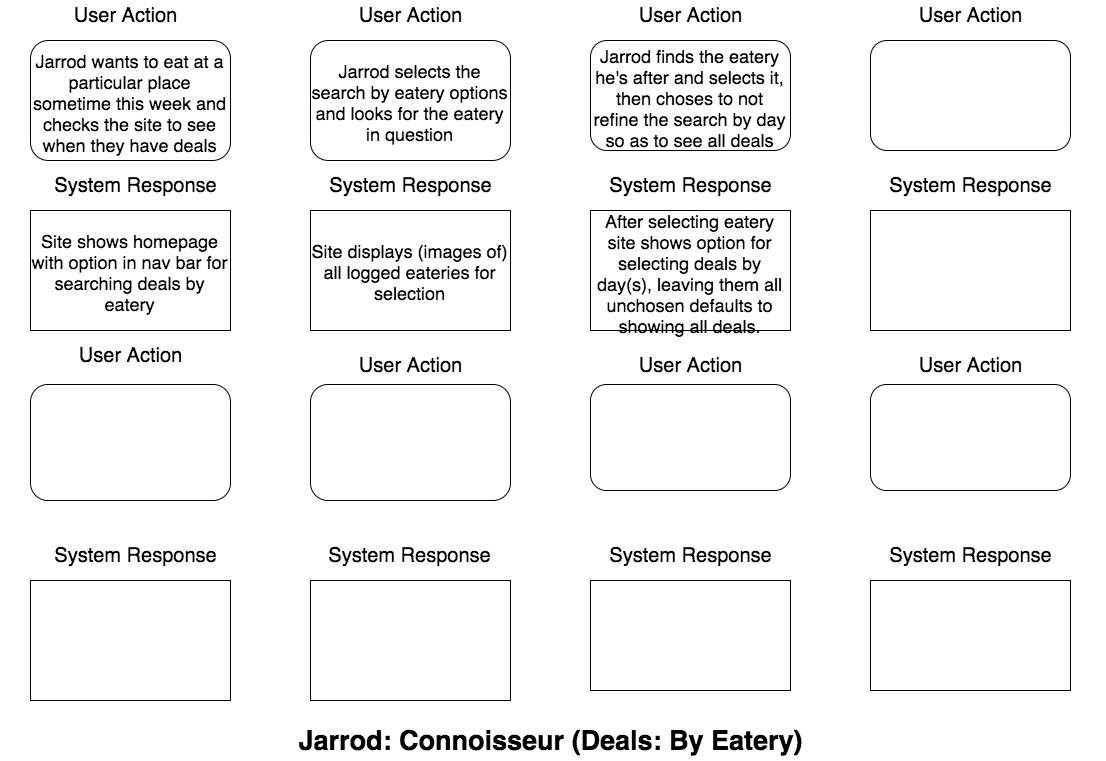
Earlier version of the draw.io export planning/user_journey_view_eatery_deals.png (dinhosang/cc_project_1_burger_deals). Source tidied: cells renumbered, new cells last; positions are measured from the earlier drawing's top-left corner, leaving out a move shared by most shapes.
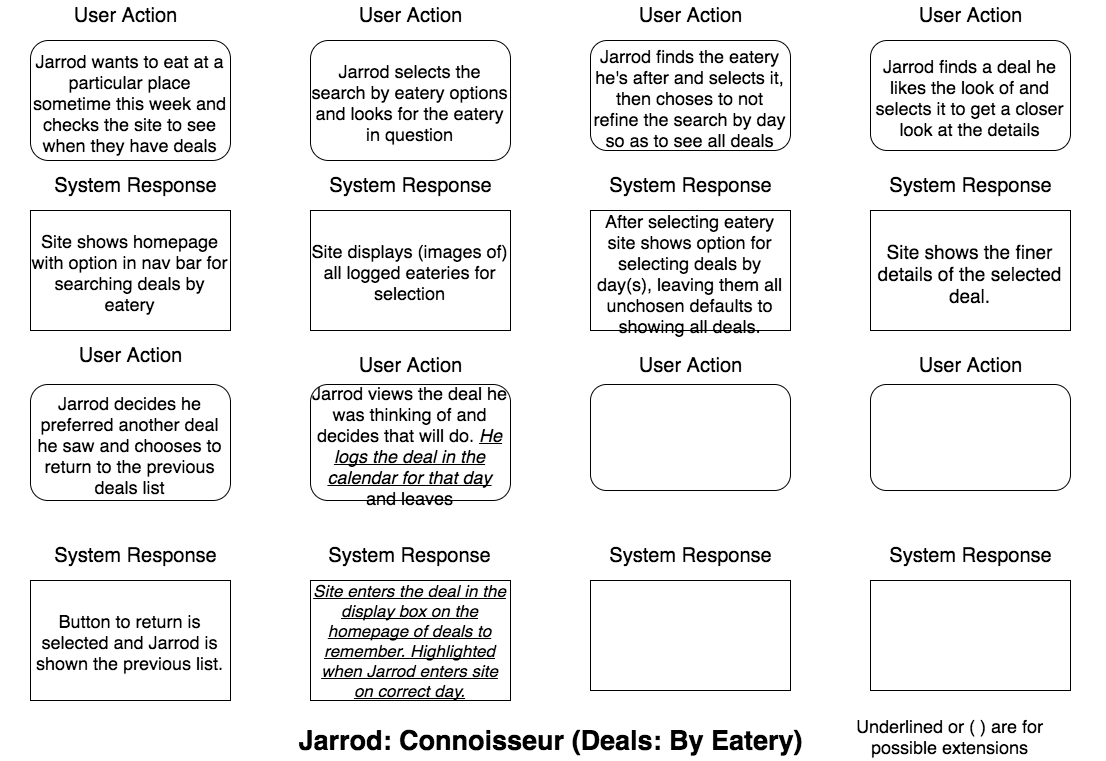
After the change.

The edit, as a diff of the source:
```diff
@@ -11,13 +11,13 @@
     <mxCell id="4" value="&lt;font style=&quot;font-size: 18px&quot;&gt;Jarrod finds the eatery he's after and selects it, then choses to not refine the search by day so as to see all deals&lt;/font&gt;" style="shape=ext;rounded=1;html=1;whiteSpace=wrap;" parent="1" vertex="1">
       <mxGeometry x="590" y="40" width="200" height="110" as="geometry" />
     </mxCell>
-    <mxCell id="5" style="shape=ext;rounded=1;html=1;whiteSpace=wrap;" parent="1" vertex="1">
+    <mxCell id="5" value="&lt;font style=&quot;font-size: 18px&quot;&gt;Jarrod finds a deal he likes the look of and selects it to get a closer look at the details&lt;/font&gt;" style="shape=ext;rounded=1;html=1;whiteSpace=wrap;" parent="1" vertex="1">
       <mxGeometry x="870" y="40" width="200" height="110" as="geometry" />
     </mxCell>
-    <mxCell id="6" style="shape=ext;rounded=1;html=1;whiteSpace=wrap;" parent="1" vertex="1">
+    <mxCell id="6" value="&lt;font style=&quot;font-size: 18px&quot;&gt;Jarrod decides he preferred another deal he saw and chooses to return to the previous deals list&lt;/font&gt;" style="shape=ext;rounded=1;html=1;whiteSpace=wrap;" parent="1" vertex="1">
       <mxGeometry x="30" y="384" width="200" height="116" as="geometry" />
     </mxCell>
-    <mxCell id="7" style="shape=ext;rounded=1;html=1;whiteSpace=wrap;" parent="1" vertex="1">
+    <mxCell id="7" value="&lt;font style=&quot;font-size: 18px&quot;&gt;Jarrod views the deal he was thinking of and decides that will do. &lt;u&gt;&lt;i&gt;He logs the deal in the calendar for that day&lt;/i&gt; &lt;/u&gt;and leaves&lt;/font&gt;" style="shape=ext;rounded=1;html=1;whiteSpace=wrap;" parent="1" vertex="1">
       <mxGeometry x="310" y="384" width="200" height="116" as="geometry" />
     </mxCell>
     <mxCell id="8" style="shape=ext;rounded=1;html=1;whiteSpace=wrap;" parent="1" vertex="1">
@@ -32,13 +32,13 @@
     <mxCell id="11" style="rounded=0;whiteSpace=wrap;html=1;" parent="1" vertex="1">
       <mxGeometry x="590" y="580" width="200" height="110" as="geometry" />
     </mxCell>
-    <mxCell id="12" style="rounded=0;whiteSpace=wrap;html=1;" parent="1" vertex="1">
+    <mxCell id="12" value="&lt;font style=&quot;font-size: 17px&quot;&gt;&lt;i&gt;&lt;u&gt;Site enters the deal in the display box on the homepage of deals to remember. Highlighted when Jarrod enters site on correct day.&lt;/u&gt;&lt;/i&gt;&lt;/font&gt;" style="rounded=0;whiteSpace=wrap;html=1;" parent="1" vertex="1">
       <mxGeometry x="310" y="580" width="200" height="120" as="geometry" />
     </mxCell>
     <mxCell id="13" value="&lt;font style=&quot;font-size: 18px&quot;&gt;Site shows homepage with option in nav bar for searching deals by eatery&lt;/font&gt;" style="text;html=1;strokeColor=#000000;fillColor=#ffffff;align=center;verticalAlign=middle;whiteSpace=wrap;rounded=0;strokeWidth=1;" parent="1" vertex="1">
       <mxGeometry x="30" y="210" width="200" height="120" as="geometry" />
     </mxCell>
-    <mxCell id="14" style="text;html=1;strokeColor=#000000;fillColor=#ffffff;align=center;verticalAlign=middle;whiteSpace=wrap;rounded=0;" parent="1" vertex="1">
+    <mxCell id="14" value="&lt;font style=&quot;font-size: 19px&quot;&gt;Site shows the finer details of the selected deal.&lt;/font&gt;" style="text;html=1;strokeColor=#000000;fillColor=#ffffff;align=center;verticalAlign=middle;whiteSpace=wrap;rounded=0;" parent="1" vertex="1">
       <mxGeometry x="870" y="210" width="200" height="120" as="geometry" />
     </mxCell>
     <mxCell id="15" value="&lt;font style=&quot;font-size: 18px&quot;&gt;After selecting eatery site shows option for selecting deals by day(s), leaving them all unchosen defaults to showing all deals.&lt;/font&gt;" style="text;html=1;strokeColor=#000000;fillColor=#ffffff;align=center;verticalAlign=middle;whiteSpace=wrap;rounded=0;" parent="1" vertex="1">
@@ -47,7 +47,7 @@
     <mxCell id="16" value="&lt;font style=&quot;font-size: 18px&quot;&gt;Site displays (images of) all logged eateries for selection&lt;/font&gt;" style="text;html=1;strokeColor=#000000;fillColor=#ffffff;align=center;verticalAlign=middle;whiteSpace=wrap;rounded=0;" parent="1" vertex="1">
       <mxGeometry x="310" y="210" width="200" height="120" as="geometry" />
     </mxCell>
-    <mxCell id="17" style="text;html=1;strokeColor=#000000;fillColor=#ffffff;align=center;verticalAlign=middle;whiteSpace=wrap;rounded=0;" parent="1" vertex="1">
+    <mxCell id="17" value="&lt;font style=&quot;font-size: 18px&quot;&gt;Button to return is selected and Jarrod is shown the previous list.&lt;/font&gt;" style="text;html=1;strokeColor=#000000;fillColor=#ffffff;align=center;verticalAlign=middle;whiteSpace=wrap;rounded=0;" parent="1" vertex="1">
       <mxGeometry x="30" y="580" width="200" height="120" as="geometry" />
     </mxCell>
     <mxCell id="18" value="&lt;font style=&quot;font-size: 20px&quot;&gt;User Action&lt;/font&gt;" style="text;html=1;strokeColor=none;fillColor=none;align=center;verticalAlign=middle;whiteSpace=wrap;rounded=0;fontStyle=0;" parent="1" vertex="1">
@@ -101,5 +101,8 @@
     <mxCell id="34" value="&lt;font style=&quot;font-size: 27px&quot;&gt;&lt;b&gt;Jarrod: Connoisseur (Deals: By Eatery)&lt;/b&gt;&lt;/font&gt;" style="text;html=1;strokeColor=none;fillColor=none;align=center;verticalAlign=middle;whiteSpace=wrap;rounded=0;" parent="1" vertex="1">
       <mxGeometry x="250" y="720" width="600" height="40" as="geometry" />
     </mxCell>
+    <mxCell id="35" value="&lt;font style=&quot;font-size: 18px&quot;&gt;Underlined or ( ) are for possible extensions&lt;/font&gt;" style="text;html=1;strokeColor=none;fillColor=none;align=center;verticalAlign=middle;whiteSpace=wrap;rounded=0;" parent="1" vertex="1">
+      <mxGeometry x="840" y="710" width="220" height="50" as="geometry" />
+    </mxCell>
   </root>
 </mxGraphModel>
```
